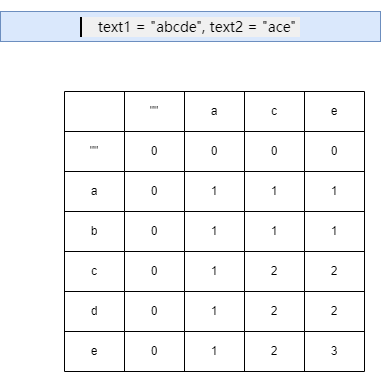
Earlier version of the draw.io export UML/最长公共子序列.drawio.png (Luozujian/draw). Source tidied: cells renumbered, new cells last; positions are measured from the earlier drawing's top-left corner, leaving out a move shared by most shapes.
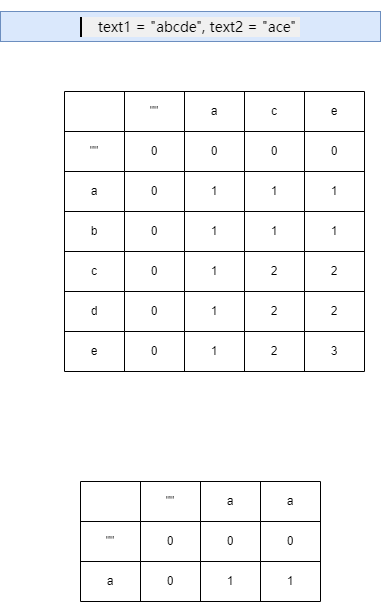
After the change.

Commit message:
更新最长公共子序列.drawio.png

What changed in the source:
```diff
@@ -134,5 +134,53 @@
     <mxCell id="45" value="3" style="shape=partialRectangle;html=1;whiteSpace=wrap;strokeColor=inherit;overflow=hidden;fillColor=none;top=0;left=0;bottom=0;right=0;" parent="40" vertex="1">
       <mxGeometry x="240" width="60" height="40" as="geometry" />
     </mxCell>
+    <mxCell id="46" style="shape=table;startSize=0;" parent="1" vertex="1">
+      <mxGeometry x="80" y="470" width="240" height="120" as="geometry" />
+    </mxCell>
+    <mxCell id="47" style="shape=tableRow;horizontal=0;startSize=0;swimlaneHead=0;swimlaneBody=0;strokeColor=inherit;top=0;left=0;bottom=0;right=0;fillColor=none;" parent="46" vertex="1">
+      <mxGeometry width="240" height="40" as="geometry" />
+    </mxCell>
+    <mxCell id="48" style="shape=partialRectangle;html=1;whiteSpace=wrap;strokeColor=inherit;overflow=hidden;fillColor=none;top=0;left=0;bottom=0;right=0;" parent="47" vertex="1">
+      <mxGeometry width="60" height="40" as="geometry" />
+    </mxCell>
+    <mxCell id="49" value="&quot;&quot;" style="shape=partialRectangle;html=1;whiteSpace=wrap;strokeColor=inherit;overflow=hidden;fillColor=none;top=0;left=0;bottom=0;right=0;" parent="47" vertex="1">
+      <mxGeometry x="60" width="60" height="40" as="geometry" />
+    </mxCell>
+    <mxCell id="50" value="a" style="shape=partialRectangle;html=1;whiteSpace=wrap;strokeColor=inherit;overflow=hidden;fillColor=none;top=0;left=0;bottom=0;right=0;" parent="47" vertex="1">
+      <mxGeometry x="120" width="60" height="40" as="geometry" />
+    </mxCell>
+    <mxCell id="51" value="a" style="shape=partialRectangle;html=1;whiteSpace=wrap;strokeColor=inherit;overflow=hidden;fillColor=none;top=0;left=0;bottom=0;right=0;" parent="47" vertex="1">
+      <mxGeometry x="180" width="60" height="40" as="geometry" />
+    </mxCell>
+    <mxCell id="52" style="shape=tableRow;horizontal=0;startSize=0;swimlaneHead=0;swimlaneBody=0;strokeColor=inherit;top=0;left=0;bottom=0;right=0;fillColor=none;" parent="46" vertex="1">
+      <mxGeometry y="40" width="240" height="40" as="geometry" />
+    </mxCell>
+    <mxCell id="53" value="&quot;&quot;" style="shape=partialRectangle;html=1;whiteSpace=wrap;strokeColor=inherit;overflow=hidden;fillColor=none;top=0;left=0;bottom=0;right=0;" parent="52" vertex="1">
+      <mxGeometry width="60" height="40" as="geometry" />
+    </mxCell>
+    <mxCell id="54" value="0" style="shape=partialRectangle;html=1;whiteSpace=wrap;strokeColor=inherit;overflow=hidden;fillColor=none;top=0;left=0;bottom=0;right=0;" parent="52" vertex="1">
+      <mxGeometry x="60" width="60" height="40" as="geometry" />
+    </mxCell>
+    <mxCell id="55" value="0" style="shape=partialRectangle;html=1;whiteSpace=wrap;strokeColor=inherit;overflow=hidden;fillColor=none;top=0;left=0;bottom=0;right=0;" parent="52" vertex="1">
+      <mxGeometry x="120" width="60" height="40" as="geometry" />
+    </mxCell>
+    <mxCell id="56" value="0" style="shape=partialRectangle;html=1;whiteSpace=wrap;strokeColor=inherit;overflow=hidden;fillColor=none;top=0;left=0;bottom=0;right=0;" parent="52" vertex="1">
+      <mxGeometry x="180" width="60" height="40" as="geometry" />
+    </mxCell>
+    <mxCell id="57" style="shape=tableRow;horizontal=0;startSize=0;swimlaneHead=0;swimlaneBody=0;strokeColor=inherit;top=0;left=0;bottom=0;right=0;fillColor=none;" parent="46" vertex="1">
+      <mxGeometry y="80" width="240" height="40" as="geometry" />
+    </mxCell>
+    <mxCell id="58" value="a" style="shape=partialRectangle;html=1;whiteSpace=wrap;strokeColor=inherit;overflow=hidden;fillColor=none;top=0;left=0;bottom=0;right=0;" parent="57" vertex="1">
+      <mxGeometry width="60" height="40" as="geometry" />
+    </mxCell>
+    <mxCell id="59" value="0" style="shape=partialRectangle;html=1;whiteSpace=wrap;strokeColor=inherit;overflow=hidden;fillColor=none;top=0;left=0;bottom=0;right=0;" parent="57" vertex="1">
+      <mxGeometry x="60" width="60" height="40" as="geometry" />
+    </mxCell>
+    <mxCell id="60" value="1" style="shape=partialRectangle;html=1;whiteSpace=wrap;strokeColor=inherit;overflow=hidden;fillColor=none;top=0;left=0;bottom=0;right=0;" parent="57" vertex="1">
+      <mxGeometry x="120" width="60" height="40" as="geometry" />
+    </mxCell>
+    <mxCell id="61" value="1" style="shape=partialRectangle;html=1;whiteSpace=wrap;strokeColor=inherit;overflow=hidden;fillColor=none;top=0;left=0;bottom=0;right=0;" parent="57" vertex="1">
+      <mxGeometry x="180" width="60" height="40" as="geometry" />
+    </mxCell>
   </root>
 </mxGraphModel>
```
